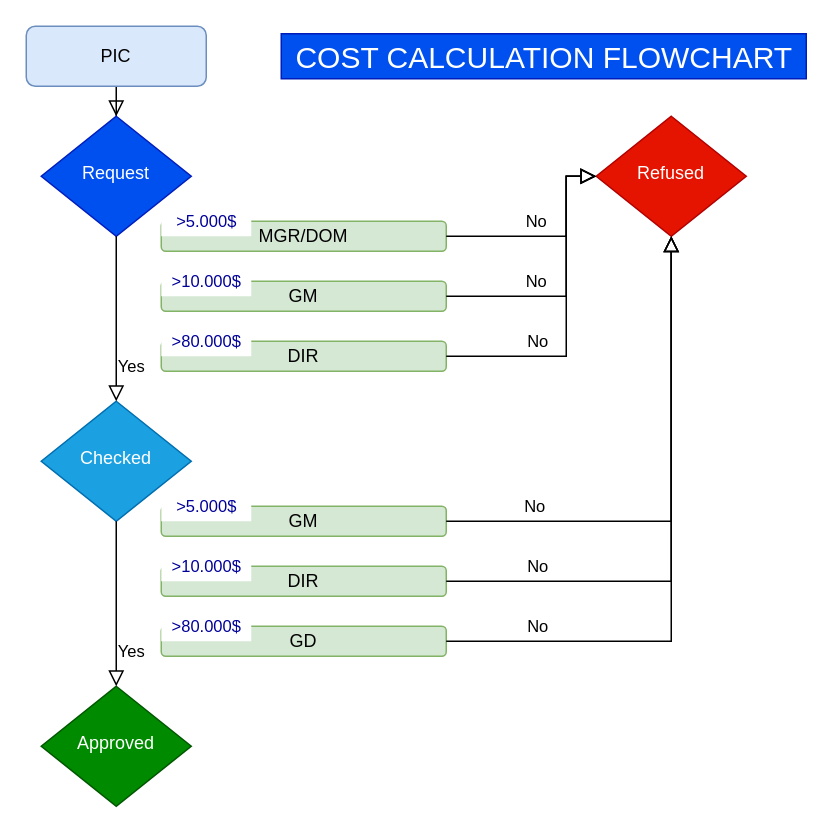
This is CSD.drawio from vzeturn/vzeturn, a draw.io file, before an edit. Source tidied: cells renumbered, new cells numbered last; positions are measured from the earlier drawing's top-left corner, leaving out a move shared by most shapes. Both pictures are drawn from the tidied source at 150%, with x=0, y=0 at pixel (26, 26).
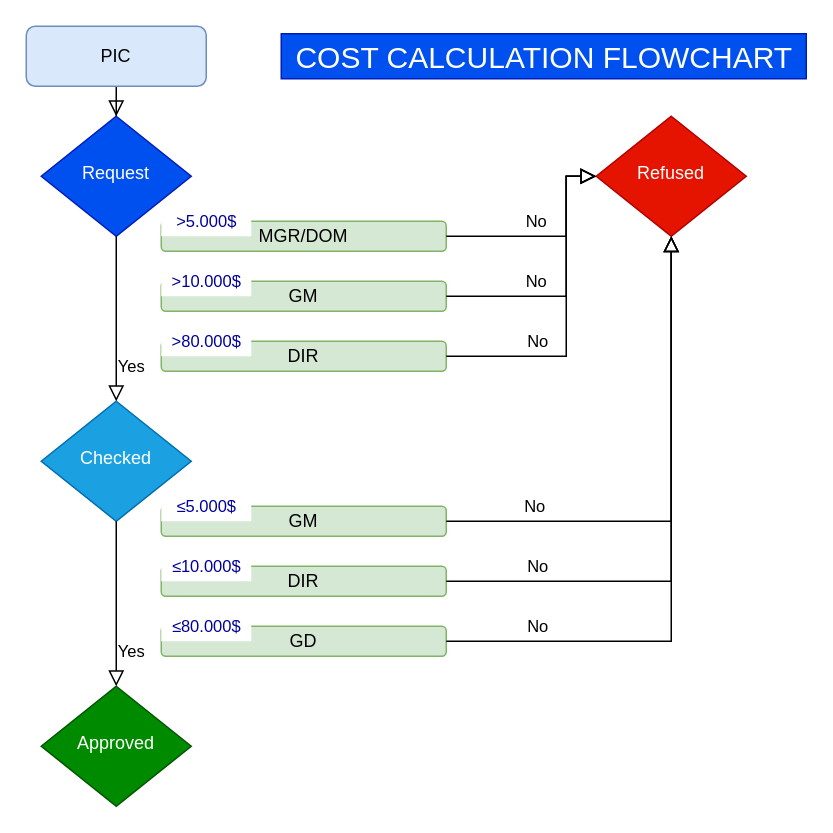
Above is the later version.

What changed in the source:
```diff
@@
-    <mxCell id="21" value="&lt;font color=&quot;#000099&quot;&gt;&amp;gt;5.000$&lt;/font&gt;" style="text;html=1;align=center;verticalAlign=middle;strokeColor=none;fillColor=default;fontSize=11;fontColor=none;" parent="1" vertex="1">
+    <mxCell id="21" value="&lt;font color=&quot;#000099&quot;&gt;≤5.000$&lt;/font&gt;" style="text;html=1;align=center;verticalAlign=middle;strokeColor=none;fillColor=default;fontSize=11;fontColor=none;" parent="1" vertex="1">
       <mxGeometry x="90" y="310" width="60" height="20" as="geometry" />
     </mxCell>
-    <mxCell id="22" value="&lt;font color=&quot;#000099&quot;&gt;&amp;gt;10.000$&lt;/font&gt;" style="text;html=1;align=center;verticalAlign=middle;strokeColor=none;fillColor=default;fontSize=11;fontColor=none;" parent="1" vertex="1">
+    <mxCell id="22" value="&lt;font color=&quot;#000099&quot;&gt;≤10.000$&lt;/font&gt;" style="text;html=1;align=center;verticalAlign=middle;strokeColor=none;fillColor=default;fontSize=11;fontColor=none;" parent="1" vertex="1">
       <mxGeometry x="90" y="350" width="60" height="20" as="geometry" />
     </mxCell>
-    <mxCell id="23" value="&lt;font color=&quot;#000099&quot;&gt;&amp;gt;80.000$&lt;/font&gt;" style="text;html=1;align=center;verticalAlign=middle;strokeColor=none;fillColor=default;fontSize=11;fontColor=none;" parent="1" vertex="1">
+    <mxCell id="23" value="&lt;font color=&quot;#000099&quot;&gt;≤80.000$&lt;/font&gt;" style="text;html=1;align=center;verticalAlign=middle;strokeColor=none;fillColor=default;fontSize=11;fontColor=none;" parent="1" vertex="1">
       <mxGeometry x="90" y="390" width="60" height="20" as="geometry" />
     </mxCell>
```
